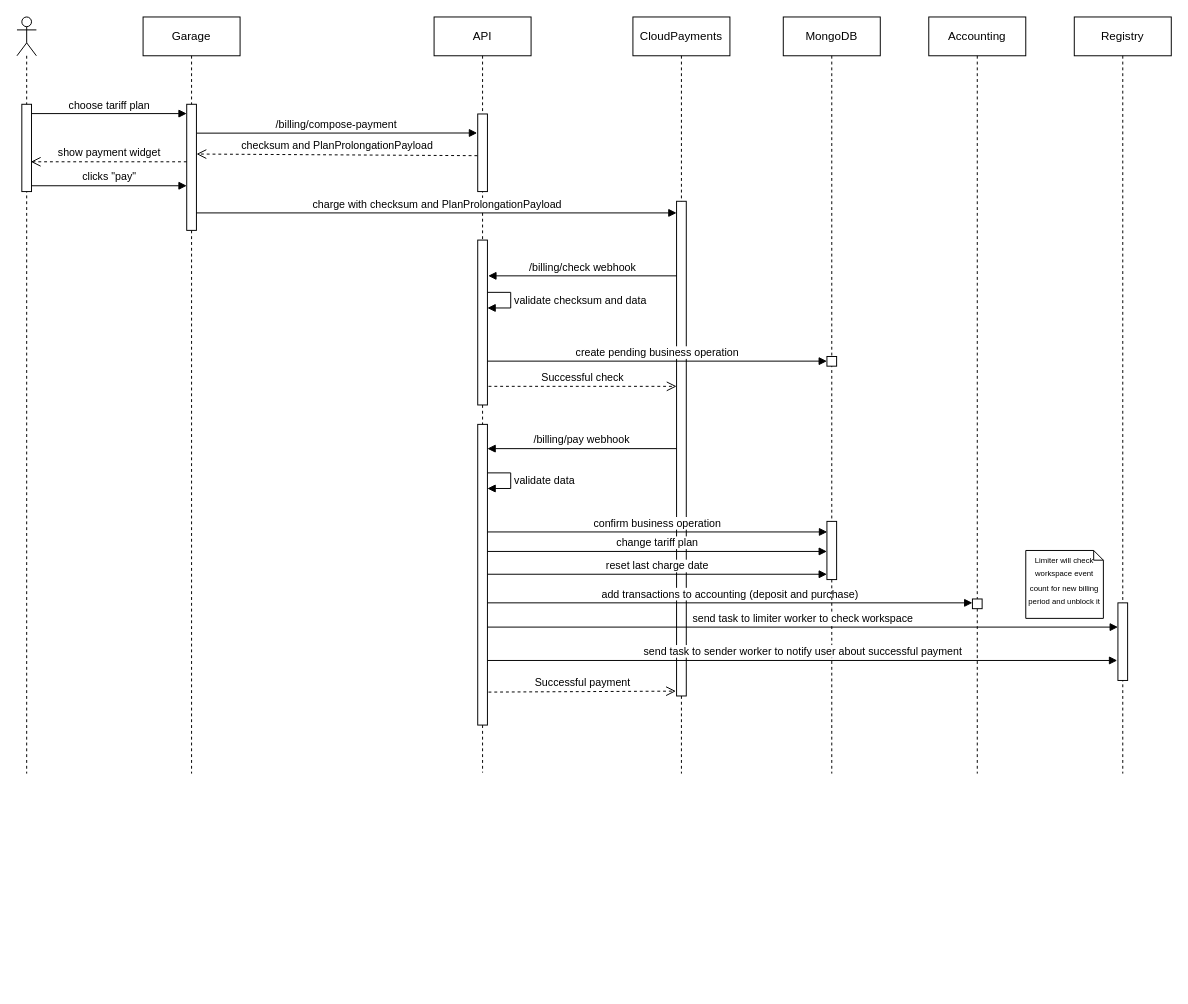
Above: docs/billing/assets/schemas/billing_interactions.drawio in codex-team/hawk.mono (draw.io), before the change. Source tidied: cells renumbered, new cells numbered last; positions are measured from the earlier drawing's top-left corner, leaving out a move shared by most shapes. Both pictures are drawn from the tidied source at 97%, with x=0, y=0 at pixel (16, 16).
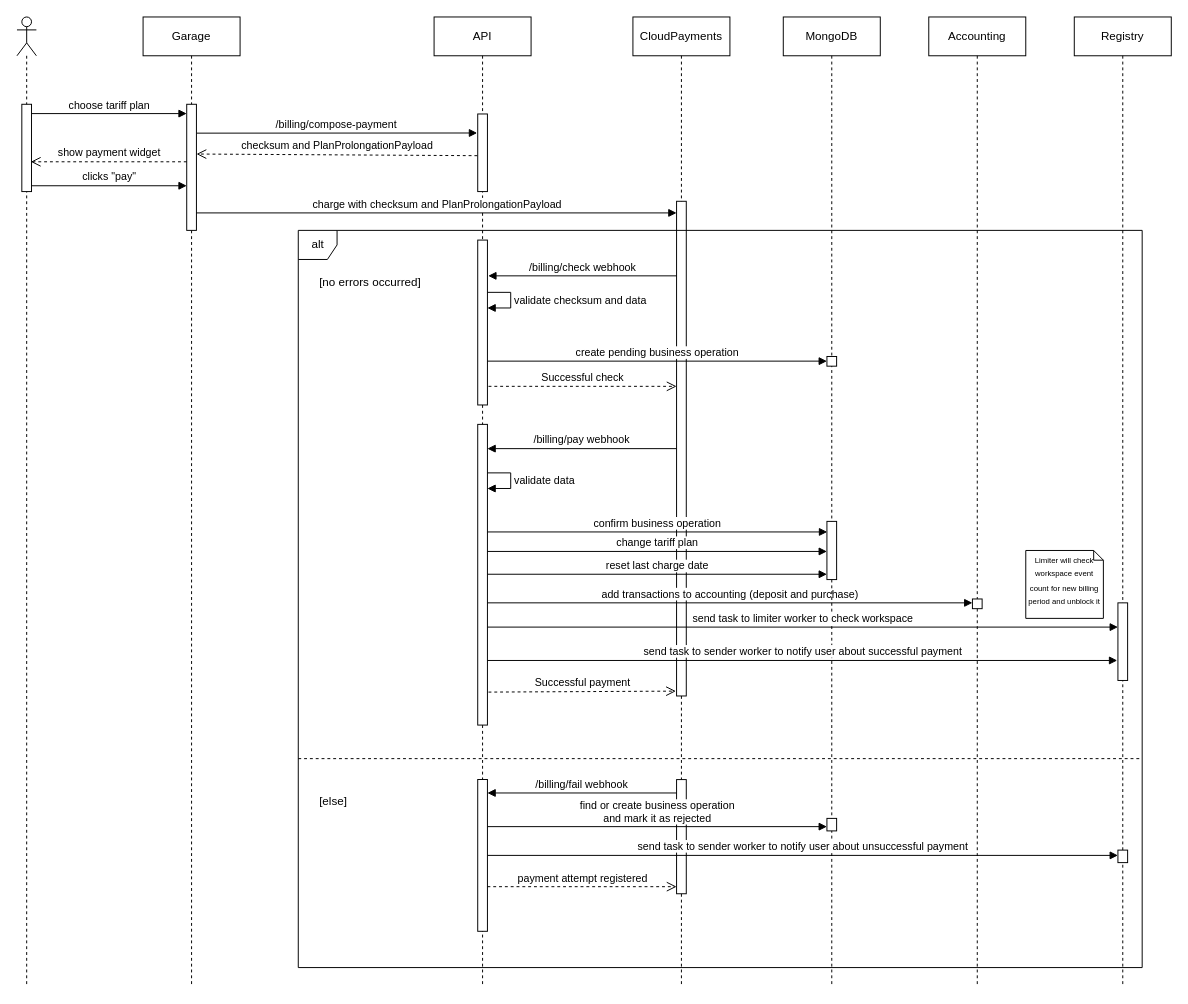
Above is the later version.

Commit message (it also covers changes not shown here):
billing interactions schema v1.1.0

What changed in the source:
```diff
@@
     <mxCell id="2" style="shape=umlLifeline;participant=umlActor;perimeter=lifelinePerimeter;whiteSpace=wrap;html=1;verticalAlign=top;spacingTop=36;" parent="1" vertex="1">
-      <mxGeometry width="20" height="780" as="geometry" />
+      <mxGeometry width="20" height="1000" as="geometry" />
     </mxCell>
@@
     <mxCell id="4" value="Garage" style="shape=umlLifeline;perimeter=lifelinePerimeter;whiteSpace=wrap;html=1;" parent="1" vertex="1">
-      <mxGeometry x="130" width="100" height="780" as="geometry" />
+      <mxGeometry x="130" width="100" height="1000" as="geometry" />
     </mxCell>
@@
     <mxCell id="6" value="CloudPayments" style="shape=umlLifeline;perimeter=lifelinePerimeter;whiteSpace=wrap;html=1;" parent="1" vertex="1">
-      <mxGeometry x="635" width="100" height="780" as="geometry" />
+      <mxGeometry x="635" width="100" height="1000" as="geometry" />
     </mxCell>
@@
     <mxCell id="8" value="API" style="shape=umlLifeline;perimeter=lifelinePerimeter;whiteSpace=wrap;html=1;" parent="1" vertex="1">
-      <mxGeometry x="430" width="100" height="779" as="geometry" />
+      <mxGeometry x="430" width="100" height="1000" as="geometry" />
     </mxCell>
@@
     <mxCell id="23" value="MongoDB" style="shape=umlLifeline;perimeter=lifelinePerimeter;whiteSpace=wrap;html=1;" parent="1" vertex="1">
-      <mxGeometry x="790" width="100" height="780" as="geometry" />
+      <mxGeometry x="790" width="100" height="1000" as="geometry" />
     </mxCell>
@@
     <mxCell id="26" value="Accounting" style="shape=umlLifeline;perimeter=lifelinePerimeter;whiteSpace=wrap;html=1;" parent="1" vertex="1">
-      <mxGeometry x="940" width="100" height="780" as="geometry" />
+      <mxGeometry x="940" width="100" height="1000" as="geometry" />
     </mxCell>
@@
     <mxCell id="28" value="Registry" style="shape=umlLifeline;perimeter=lifelinePerimeter;whiteSpace=wrap;html=1;" parent="1" vertex="1">
-      <mxGeometry x="1090" width="100" height="780" as="geometry" />
+      <mxGeometry x="1090" width="100" height="1000" as="geometry" />
     </mxCell>
@@
+    <mxCell id="39" value="alt" style="shape=umlFrame;tabWidth=110;tabHeight=30;tabPosition=left;html=1;boundedLbl=1;labelInHeader=1;width=40;height=30;" parent="1" vertex="1">
+      <mxGeometry x="290" y="220" width="870" height="760" as="geometry" />
+    </mxCell>
+    <mxCell id="40" value="[no errors occurred]" style="text;" parent="39" vertex="1">
+      <mxGeometry width="100" height="20" relative="1" as="geometry">
+        <mxPoint x="20" y="40" as="offset" />
+      </mxGeometry>
+    </mxCell>
+    <mxCell id="41" value="[else]" style="line;strokeWidth=1;dashed=1;labelPosition=center;verticalLabelPosition=bottom;align=left;verticalAlign=top;spacingLeft=20;spacingTop=15;" parent="39" vertex="1">
+      <mxGeometry y="529.4" width="870" height="30.4" as="geometry" />
+    </mxCell>
+    <mxCell id="42" style="html=1;perimeter=orthogonalPerimeter;" parent="39" vertex="1">
+      <mxGeometry x="390" y="566.2" width="10" height="117.7" as="geometry" />
+    </mxCell>
+    <mxCell id="43" style="html=1;points=[];perimeter=orthogonalPerimeter;" parent="39" vertex="1">
+      <mxGeometry x="185" y="566.1" width="10" height="156.5" as="geometry" />
+    </mxCell>
+    <mxCell id="44" value="/billing/fail webhook" style="html=1;verticalAlign=bottom;endArrow=block;" parent="39" edge="1">
+      <mxGeometry relative="1" as="geometry">
+        <mxPoint x="390" y="580" as="sourcePoint" />
+        <mxPoint x="195" y="580" as="targetPoint" />
+      </mxGeometry>
+    </mxCell>
+    <mxCell id="45" value="find or create business operation&lt;br&gt;and mark it as rejected" style="html=1;verticalAlign=bottom;endArrow=block;" parent="39" edge="1">
+      <mxGeometry relative="1" as="geometry">
+        <mxPoint x="195" y="614.7" as="sourcePoint" />
+        <mxPoint x="545" y="614.7" as="targetPoint" />
+      </mxGeometry>
+    </mxCell>
+    <mxCell id="46" style="html=1;perimeter=orthogonalPerimeter;" parent="39" vertex="1">
+      <mxGeometry x="545" y="606.2" width="10" height="12.9" as="geometry" />
+    </mxCell>
+    <mxCell id="47" style="html=1;points=[];perimeter=orthogonalPerimeter;" parent="39" vertex="1">
+      <mxGeometry x="845" y="638.9" width="10" height="12.9" as="geometry" />
+    </mxCell>
+    <mxCell id="48" value="send task to sender worker to notify user about unsuccessful payment" style="html=1;verticalAlign=bottom;endArrow=block;" parent="39" edge="1" source="43" target="47">
+      <mxGeometry relative="1" as="geometry" />
+    </mxCell>
+    <mxCell id="49" value="payment attempt registered" style="html=1;verticalAlign=bottom;endArrow=open;dashed=1;endSize=8;" parent="39" edge="1">
+      <mxGeometry relative="1" as="geometry">
+        <mxPoint x="195" y="676.6" as="sourcePoint" />
+        <mxPoint x="390" y="676.6" as="targetPoint" />
+      </mxGeometry>
+    </mxCell>
```
